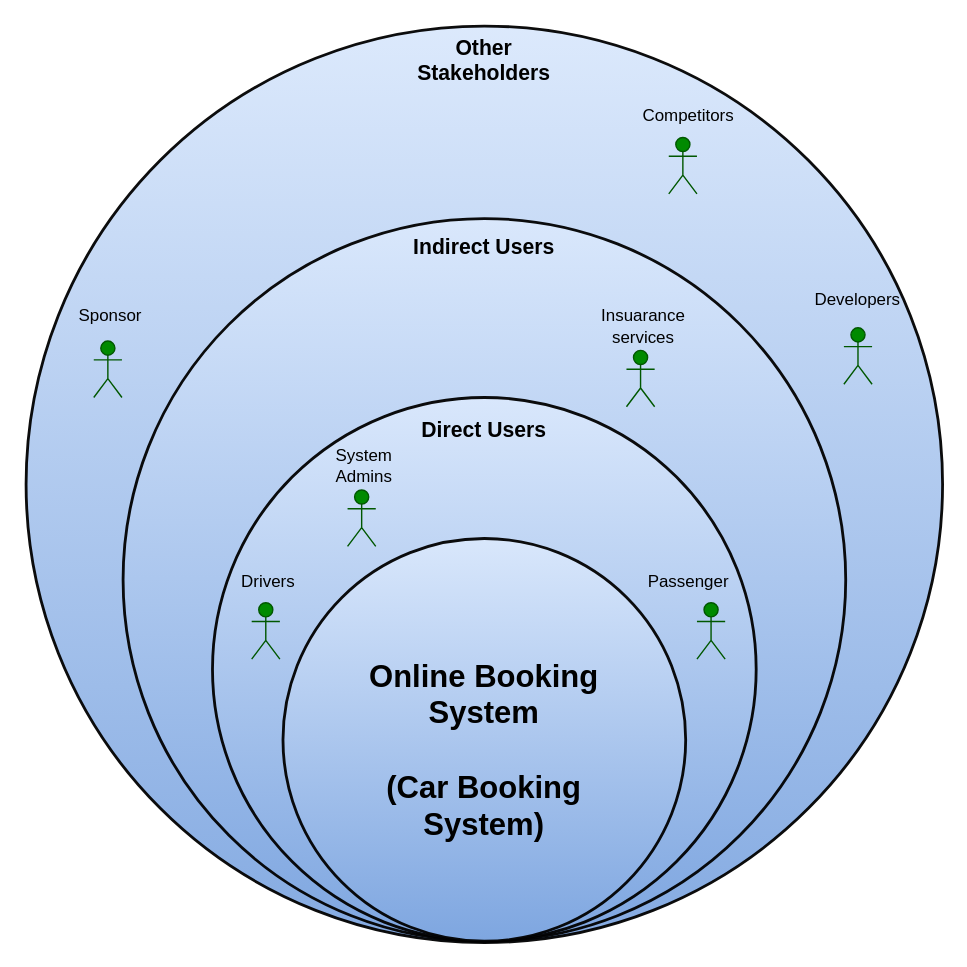
The draw.io diagram Onion_diagram_SEPP.drawio in Anuja-jayasinghe/DrawIo_Projects, before the edit. Source tidied: cells renumbered, new cells numbered last; positions are measured from the earlier drawing's top-left corner, leaving out a move shared by most shapes. Both pictures are drawn from the tidied source at 141%, with x=0, y=0 at pixel (25, 25).
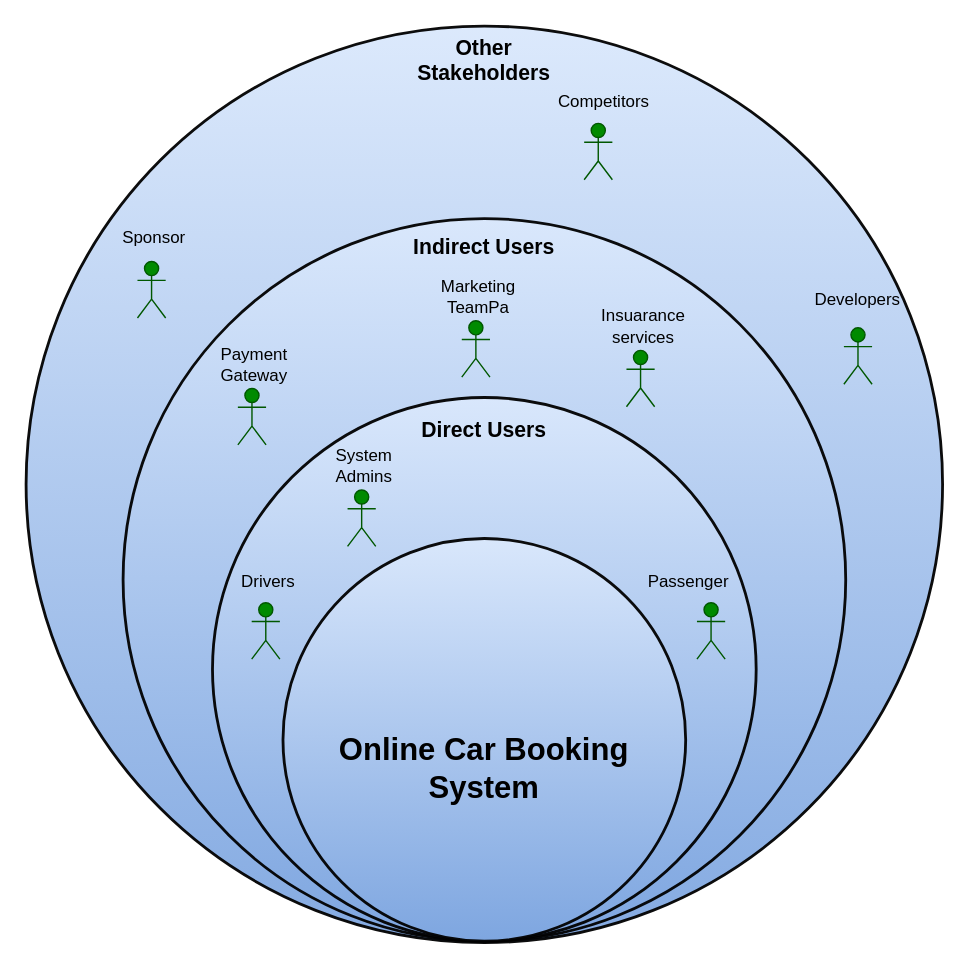
After the change.

Change to the diagram source:
```diff
@@
-    <mxCell id="6" value="&lt;font style=&quot;font-size: 22px;&quot;&gt;Online Booking System&lt;/font&gt;&lt;div&gt;&lt;font style=&quot;font-size: 22px;&quot;&gt;&lt;br&gt;&lt;/font&gt;&lt;/div&gt;&lt;div&gt;&lt;font style=&quot;font-size: 22px;&quot;&gt;(Car Booking System)&lt;/font&gt;&lt;/div&gt;" style="text;html=1;align=center;verticalAlign=middle;whiteSpace=wrap;rounded=0;fontStyle=1;fontColor=light-dark(#000000,#CCCCCC);" parent="1" vertex="1">
+    <mxCell id="6" value="&lt;div&gt;&lt;font style=&quot;font-size: 22px;&quot;&gt;&lt;br&gt;&lt;/font&gt;&lt;/div&gt;&lt;font style=&quot;font-size: 22px;&quot;&gt;Online Car Booking System&lt;/font&gt;" style="text;html=1;align=center;verticalAlign=middle;whiteSpace=wrap;rounded=0;fontStyle=1;fontColor=light-dark(#000000,#CCCCCC);" parent="1" vertex="1">
       <mxGeometry x="210" y="419" width="230" height="190" as="geometry" />
     </mxCell>
@@
     <mxCell id="16" style="shape=umlActor;verticalLabelPosition=bottom;verticalAlign=top;html=1;fillColor=#008a00;strokeColor=#005700;fontColor=#ffffff;" parent="1" vertex="1">
-      <mxGeometry x="455.8" y="79" width="20" height="40" as="geometry" />
+      <mxGeometry x="395.8" y="69" width="20" height="40" as="geometry" />
     </mxCell>
     <mxCell id="17" value="Competitors" style="text;html=1;align=center;verticalAlign=middle;whiteSpace=wrap;rounded=0;fontColor=light-dark(#000000,#66FF66);" parent="1" vertex="1">
-      <mxGeometry x="440" y="49" width="60" height="30" as="geometry" />
+      <mxGeometry x="380" y="39" width="60" height="30" as="geometry" />
     </mxCell>
     <mxCell id="18" style="shape=umlActor;verticalLabelPosition=bottom;verticalAlign=top;html=1;fillColor=#008a00;strokeColor=#005700;fontColor=#ffffff;" parent="1" vertex="1">
-      <mxGeometry x="48" y="223.4" width="20" height="40" as="geometry" />
+      <mxGeometry x="79" y="167" width="20" height="40" as="geometry" />
     </mxCell>
     <mxCell id="19" value="Sponsor" style="text;html=1;align=center;verticalAlign=middle;whiteSpace=wrap;rounded=0;fontColor=light-dark(#000000,#66FF66);" parent="1" vertex="1">
-      <mxGeometry x="30" y="191.4" width="60" height="30" as="geometry" />
+      <mxGeometry x="61" y="135" width="60" height="30" as="geometry" />
     </mxCell>
@@
+    <mxCell id="24" style="shape=umlActor;verticalLabelPosition=bottom;verticalAlign=top;html=1;fillColor=#008a00;strokeColor=#005700;fontColor=#ffffff;" parent="1" vertex="1">
+      <mxGeometry x="309" y="209" width="20" height="40" as="geometry" />
+    </mxCell>
+    <mxCell id="25" value="Marketing TeamPa" style="text;html=1;align=center;verticalAlign=middle;whiteSpace=wrap;rounded=0;fontColor=light-dark(#000000,#66FF66);" parent="1" vertex="1">
+      <mxGeometry x="291" y="177" width="60" height="30" as="geometry" />
+    </mxCell>
+    <mxCell id="26" value="Payment Gateway" style="text;html=1;align=center;verticalAlign=middle;whiteSpace=wrap;rounded=0;fontColor=light-dark(#000000,#66FF66);" parent="1" vertex="1">
+      <mxGeometry x="132.2" y="225" width="60" height="30" as="geometry" />
+    </mxCell>
+    <mxCell id="27" style="shape=umlActor;verticalLabelPosition=bottom;verticalAlign=top;html=1;fillColor=#008a00;strokeColor=#005700;fontColor=#ffffff;" parent="1" vertex="1">
+      <mxGeometry x="150.2" y="257" width="20" height="40" as="geometry" />
+    </mxCell>
```
